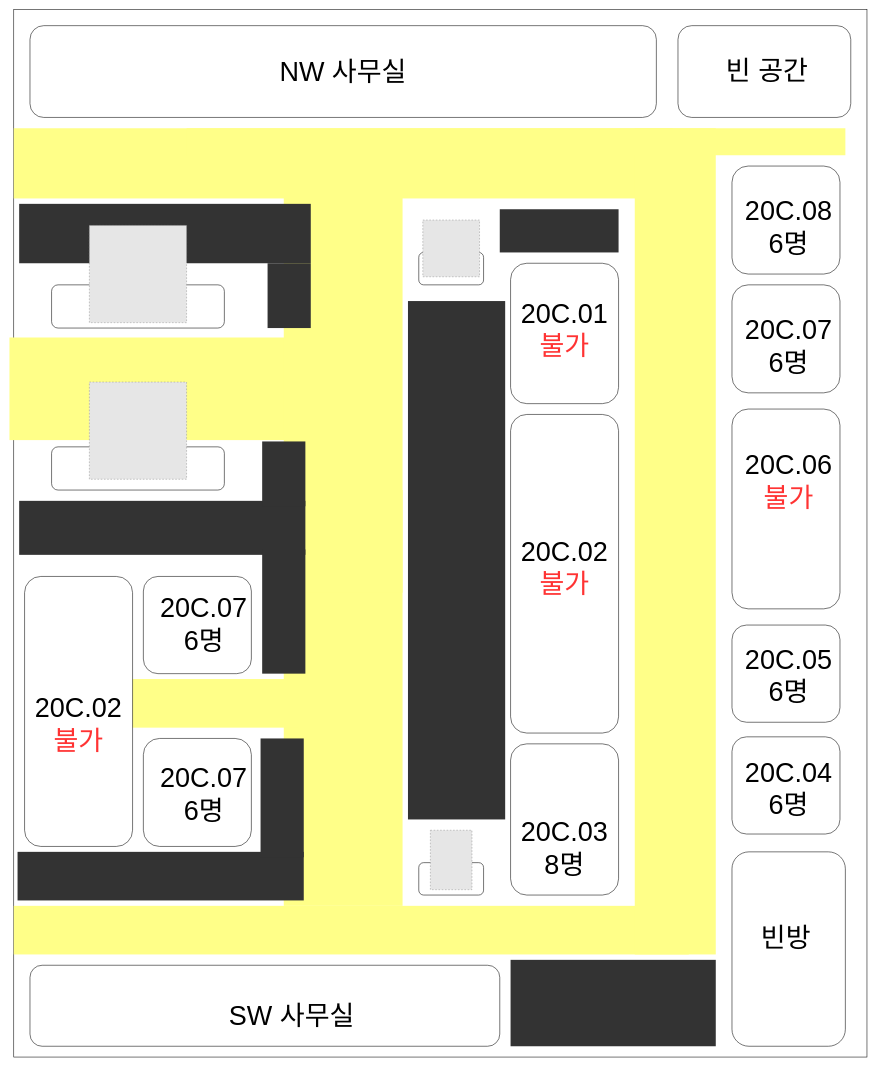
This is Untitled Diagram.drawio from Gummybearr/KTfiles, a draw.io file, before an edit. Source tidied: cells renumbered, new cells numbered last; positions are measured from the earlier drawing's top-left corner, leaving out a move shared by most shapes. Both pictures are drawn from the tidied source at 54%, with x=0, y=0 at pixel (9, 9). Pictures stored in the file or linked from it are replaced by grey dashed boxes.
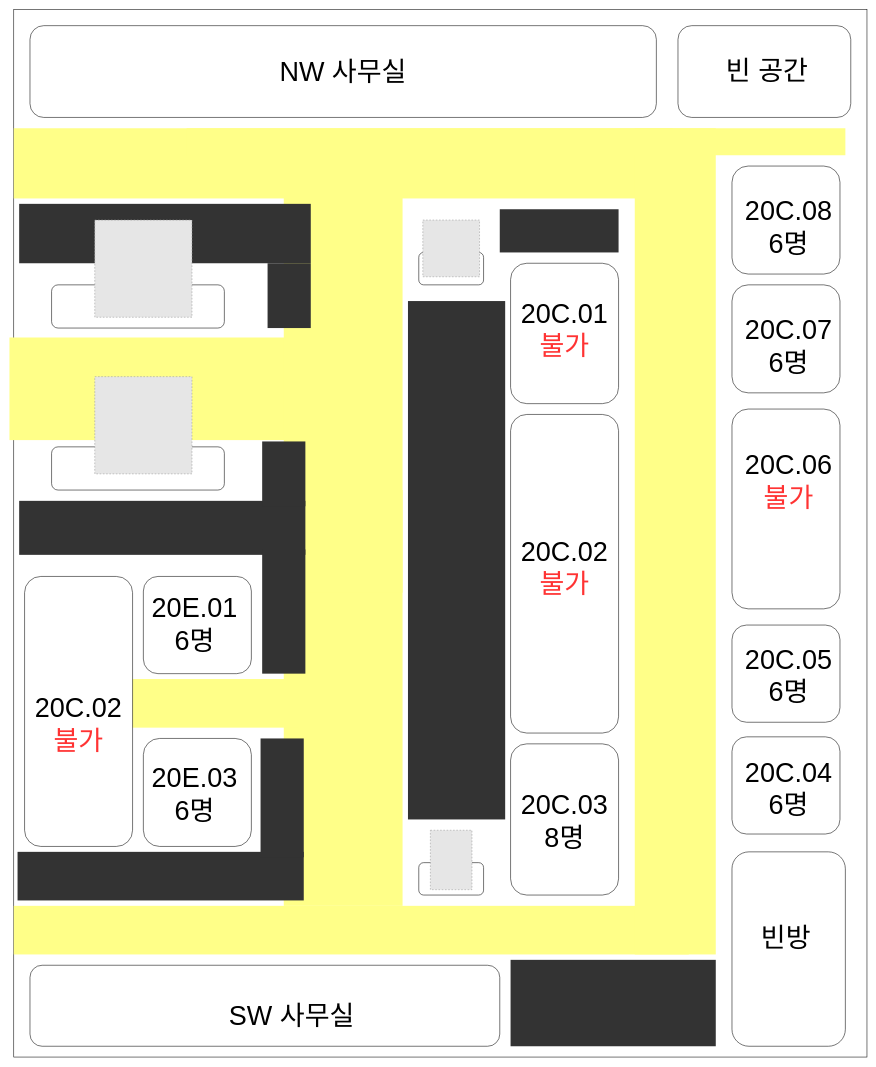
After the change.

The edit, as a diff of the source:
```diff
@@
     <mxCell id="17" style="fillColor=#E6E6E6;strokeColor=#999999;dashed=1;verticalLabelPosition=bottom;labelBackgroundColor=#ffffff;verticalAlign=top;" parent="1" vertex="1">
-      <mxGeometry x="148" y="690" width="180" height="180" as="geometry" />
+      <mxGeometry x="158" y="680" width="180" height="180" as="geometry" />
     </mxCell>
@@
     <mxCell id="39" value="&lt;span style=&quot;font-size: 50px&quot;&gt;20C.03&lt;br&gt;8명&lt;br&gt;&lt;/span&gt;" style="text;html=1;strokeColor=none;fillColor=none;align=center;verticalAlign=middle;whiteSpace=wrap;rounded=0;" parent="1" vertex="1">
-      <mxGeometry x="923" y="1510" width="210" height="85" as="geometry" />
+      <mxGeometry x="923" y="1460" width="210" height="85" as="geometry" />
     </mxCell>
@@
-    <mxCell id="50" value="&lt;span style=&quot;font-size: 50px&quot;&gt;20C.07&lt;br&gt;6명&lt;br&gt;&lt;/span&gt;" style="text;html=1;strokeColor=none;fillColor=none;align=center;verticalAlign=middle;whiteSpace=wrap;rounded=0;" parent="1" vertex="1">
-      <mxGeometry x="255" y="1095" width="210" height="85" as="geometry" />
+    <mxCell id="50" value="&lt;span style=&quot;font-size: 50px&quot;&gt;20E.01&lt;br&gt;6명&lt;br&gt;&lt;/span&gt;" style="text;html=1;strokeColor=none;fillColor=none;align=center;verticalAlign=middle;whiteSpace=wrap;rounded=0;" parent="1" vertex="1">
+      <mxGeometry x="238" y="1095" width="210" height="85" as="geometry" />
     </mxCell>
-    <mxCell id="51" value="&lt;span style=&quot;font-size: 50px&quot;&gt;20C.07&lt;br&gt;6명&lt;br&gt;&lt;/span&gt;" style="text;html=1;strokeColor=none;fillColor=none;align=center;verticalAlign=middle;whiteSpace=wrap;rounded=0;" parent="1" vertex="1">
-      <mxGeometry x="255" y="1410" width="210" height="85" as="geometry" />
+    <mxCell id="51" value="&lt;span style=&quot;font-size: 50px&quot;&gt;20E.03&lt;br&gt;6명&lt;br&gt;&lt;/span&gt;" style="text;html=1;strokeColor=none;fillColor=none;align=center;verticalAlign=middle;whiteSpace=wrap;rounded=0;" parent="1" vertex="1">
+      <mxGeometry x="238" y="1410" width="210" height="85" as="geometry" />
     </mxCell>
@@
-    <mxCell id="58" style="fillColor=#E6E6E6;strokeColor=#999999;dashed=1;verticalLabelPosition=bottom;labelBackgroundColor=#ffffff;verticalAlign=top;" parent="1" vertex="1">
-      <mxGeometry x="148" y="400" width="180" height="180" as="geometry" />
-    </mxCell>
+    <mxCell id="59" style="fillColor=#E6E6E6;strokeColor=#999999;dashed=1;verticalLabelPosition=bottom;labelBackgroundColor=#ffffff;verticalAlign=top;" parent="1" vertex="1">
+      <mxGeometry x="158" y="390" width="180" height="180" as="geometry" />
+    </mxCell>
```
